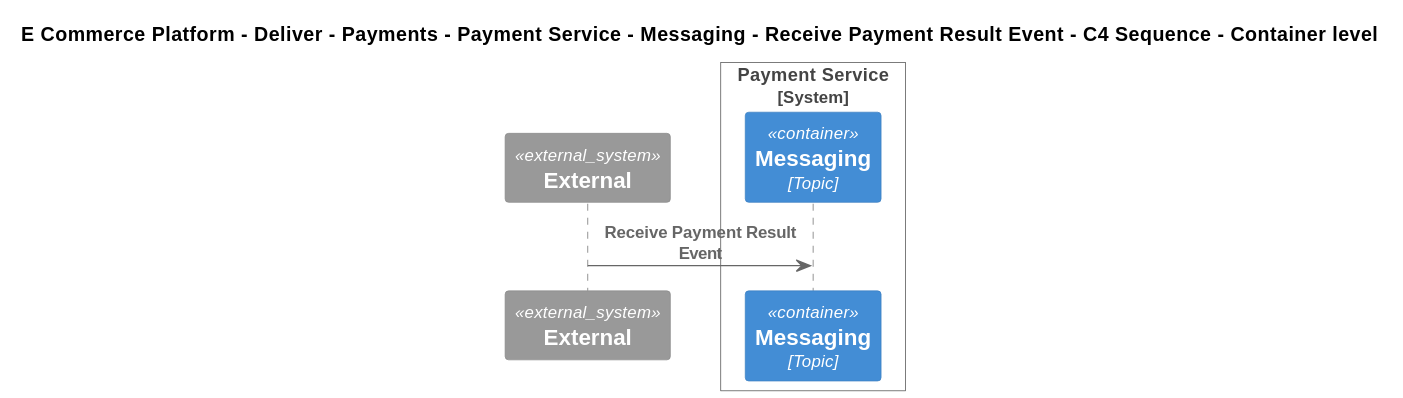
The PlantUML diagram Samples/E-Commerce Platform/Yaml/Diagrams/E Commerce Platform/Deliver/Payments/Software Systems/Payment Service/Containers/Messaging/Interfaces/Receive Payment Result Event/Container - C4 Sequence.svg in mnadenysenko/C4InterFlow, before a commit.
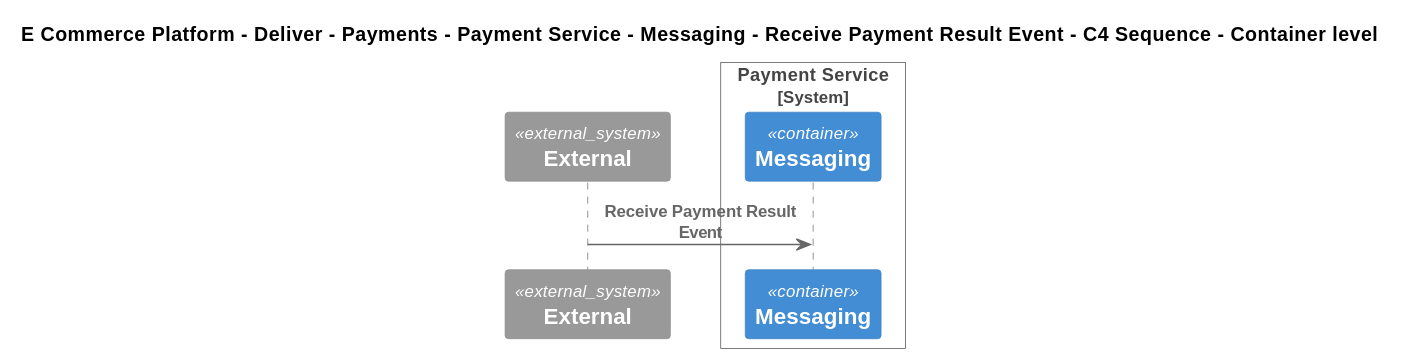
The same diagram one commit later.

Diff of the diagram source:
```diff
@@ -7,7 +7,7 @@
 System_Ext(C4InterFlow.SoftwareSystems.ExternalSystem, "External", "")
 
 System_Boundary(ECommercePlatform.Deliver.Payments.SoftwareSystems.PaymentService, "Payment Service")
-    ContainerQueue(ECommercePlatform.Deliver.Payments.SoftwareSystems.PaymentService.Containers.Messaging, "Messaging", "Topic", "")
+    ContainerQueue(ECommercePlatform.Deliver.Payments.SoftwareSystems.PaymentService.Containers.Messaging, "Messaging", "", "")
 Boundary_End()
 
 Rel(C4InterFlow.SoftwareSystems.ExternalSystem, ECommercePlatform.Deliver.Payments.SoftwareSystems.PaymentService.Containers.Messaging, "Receive Payment Result Event")
```
